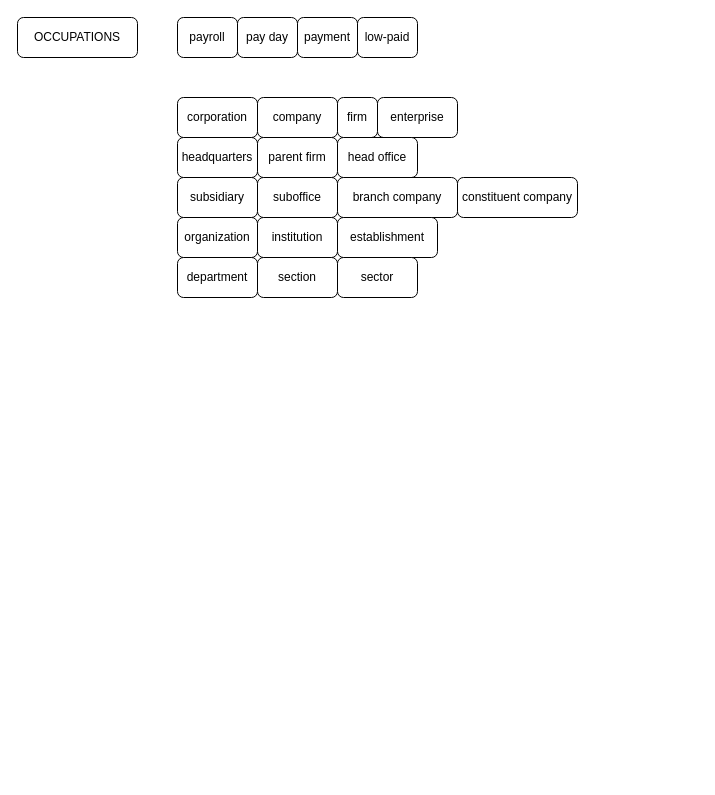
yanhanfrontend/draw.io.workspace keeps this draw.io diagram as 职场英语.drawio. Above is the earlier version. Source tidied: cells renumbered, new cells numbered last; positions are measured from the earlier drawing's top-left corner, leaving out a move shared by most shapes. Both pictures are drawn from the tidied source at 100%, with x=0, y=0 at pixel (17, 17).
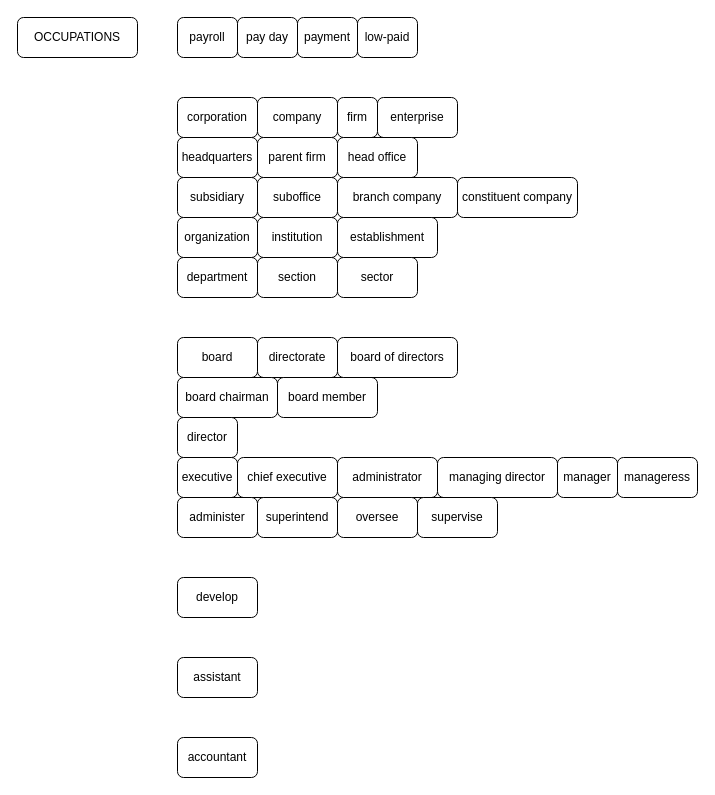
After the change.

Commit message (it also covers changes not shown here):
更新职场英语.drawio

Diff of the diagram source:
```diff
@@
+    <mxCell id="24" value="board" style="rounded=1;whiteSpace=wrap;html=1;" parent="1" vertex="1">
+      <mxGeometry x="160" y="320" width="80" height="40" as="geometry" />
+    </mxCell>
+    <mxCell id="25" value="directorate" style="rounded=1;whiteSpace=wrap;html=1;" parent="1" vertex="1">
+      <mxGeometry x="240" y="320" width="80" height="40" as="geometry" />
+    </mxCell>
+    <mxCell id="26" value="board chairman" style="rounded=1;whiteSpace=wrap;html=1;" parent="1" vertex="1">
+      <mxGeometry x="160" y="360" width="100" height="40" as="geometry" />
+    </mxCell>
+    <mxCell id="27" value="board member" style="rounded=1;whiteSpace=wrap;html=1;" parent="1" vertex="1">
+      <mxGeometry x="260" y="360" width="100" height="40" as="geometry" />
+    </mxCell>
+    <mxCell id="28" value="director" style="rounded=1;whiteSpace=wrap;html=1;" parent="1" vertex="1">
+      <mxGeometry x="160" y="400" width="60" height="40" as="geometry" />
+    </mxCell>
+    <mxCell id="29" value="board of directors" style="rounded=1;whiteSpace=wrap;html=1;" parent="1" vertex="1">
+      <mxGeometry x="320" y="320" width="120" height="40" as="geometry" />
+    </mxCell>
+    <mxCell id="30" value="executive" style="rounded=1;whiteSpace=wrap;html=1;" parent="1" vertex="1">
+      <mxGeometry x="160" y="440" width="60" height="40" as="geometry" />
+    </mxCell>
+    <mxCell id="31" value="chief executive" style="rounded=1;whiteSpace=wrap;html=1;" parent="1" vertex="1">
+      <mxGeometry x="220" y="440" width="100" height="40" as="geometry" />
+    </mxCell>
+    <mxCell id="32" value="administrator" style="rounded=1;whiteSpace=wrap;html=1;" parent="1" vertex="1">
+      <mxGeometry x="320" y="440" width="100" height="40" as="geometry" />
+    </mxCell>
+    <mxCell id="33" value="managing director" style="rounded=1;whiteSpace=wrap;html=1;" parent="1" vertex="1">
+      <mxGeometry x="420" y="440" width="120" height="40" as="geometry" />
+    </mxCell>
+    <mxCell id="34" value="manager" style="rounded=1;whiteSpace=wrap;html=1;" parent="1" vertex="1">
+      <mxGeometry x="540" y="440" width="60" height="40" as="geometry" />
+    </mxCell>
+    <mxCell id="35" value="manageress" style="rounded=1;whiteSpace=wrap;html=1;" parent="1" vertex="1">
+      <mxGeometry x="600" y="440" width="80" height="40" as="geometry" />
+    </mxCell>
+    <mxCell id="36" value="administer" style="rounded=1;whiteSpace=wrap;html=1;" parent="1" vertex="1">
+      <mxGeometry x="160" y="480" width="80" height="40" as="geometry" />
+    </mxCell>
+    <mxCell id="37" value="superintend" style="rounded=1;whiteSpace=wrap;html=1;" parent="1" vertex="1">
+      <mxGeometry x="240" y="480" width="80" height="40" as="geometry" />
+    </mxCell>
+    <mxCell id="38" value="oversee" style="rounded=1;whiteSpace=wrap;html=1;" parent="1" vertex="1">
+      <mxGeometry x="320" y="480" width="80" height="40" as="geometry" />
+    </mxCell>
+    <mxCell id="39" value="supervise" style="rounded=1;whiteSpace=wrap;html=1;" parent="1" vertex="1">
+      <mxGeometry x="400" y="480" width="80" height="40" as="geometry" />
+    </mxCell>
+    <mxCell id="40" value="develop" style="rounded=1;whiteSpace=wrap;html=1;" parent="1" vertex="1">
+      <mxGeometry x="160" y="560" width="80" height="40" as="geometry" />
+    </mxCell>
+    <mxCell id="41" value="assistant" style="rounded=1;whiteSpace=wrap;html=1;" parent="1" vertex="1">
+      <mxGeometry x="160" y="640" width="80" height="40" as="geometry" />
+    </mxCell>
+    <mxCell id="42" value="accountant" style="rounded=1;whiteSpace=wrap;html=1;" parent="1" vertex="1">
+      <mxGeometry x="160" y="720" width="80" height="40" as="geometry" />
+    </mxCell>
```
